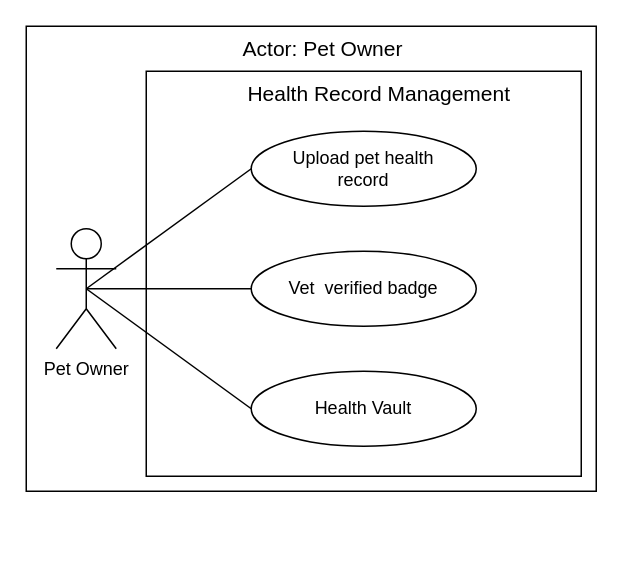
Chels013/Breedr-Diagrams keeps this draw.io diagram as page "Figure 3" (3 of 10) of USE-CASE_Diagram_Franco.drawio. Above is the earlier version. Source tidied: cells renumbered, new cells numbered last; positions are measured from the earlier drawing's top-left corner, leaving out a move shared by most shapes. Both pictures are drawn from the tidied source at 150%, with x=0, y=0 at pixel (26, 26).
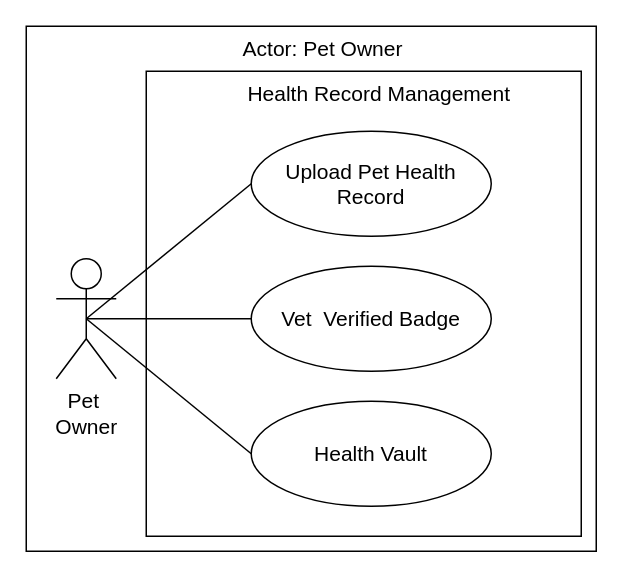
The same page after the edit.

What changed in the source:
```diff
@@
 <mxGraphModel>
   <root>
     <mxCell id="0" />
     <mxCell id="1" parent="0" />
     <mxCell id="2" style="rounded=0;whiteSpace=wrap;html=1;align=center;verticalAlign=middle;fontFamily=Helvetica;fontSize=12;" parent="1" vertex="1">
-      <mxGeometry width="380" height="310" as="geometry" />
+      <mxGeometry width="380" height="350" as="geometry" />
     </mxCell>
     <mxCell id="3" style="rounded=0;whiteSpace=wrap;html=1;align=center;verticalAlign=middle;fontFamily=Helvetica;fontSize=12;fontColor=default;fillColor=none;gradientColor=none;" parent="1" vertex="1">
-      <mxGeometry x="80" y="30" width="290" height="270" as="geometry" />
+      <mxGeometry x="80" y="30" width="290" height="310" as="geometry" />
     </mxCell>
     <mxCell id="4" value="&lt;div&gt;Actor: Pet Owner&lt;/div&gt;" style="text;html=1;align=center;verticalAlign=middle;whiteSpace=wrap;rounded=0;fontFamily=Helvetica;fontSize=14;fontColor=default;" parent="1" vertex="1">
       <mxGeometry x="32.5" width="330" height="30" as="geometry" />
     </mxCell>
     <mxCell id="5" value="&lt;span style=&quot;color: rgb(0, 0, 0);&quot;&gt;Health Record Management&lt;/span&gt;" style="text;html=1;align=center;verticalAlign=middle;whiteSpace=wrap;rounded=0;fontFamily=Helvetica;fontSize=14;fontColor=default;" parent="1" vertex="1">
       <mxGeometry x="107.5" y="30" width="255" height="30" as="geometry" />
     </mxCell>
-    <mxCell id="6" value="Pet Owner" style="shape=umlActor;verticalLabelPosition=bottom;verticalAlign=top;html=1;outlineConnect=0;rounded=0;align=center;fontFamily=Helvetica;fontSize=12;fontColor=default;fillColor=none;gradientColor=none;" parent="1" vertex="1">
-      <mxGeometry x="20" y="135" width="40" height="80" as="geometry" />
+    <mxCell id="6" value="&lt;font style=&quot;font-size: 14px;&quot;&gt;Pet&amp;nbsp;&lt;/font&gt;&lt;div&gt;&lt;font style=&quot;font-size: 14px;&quot;&gt;Owner&lt;/font&gt;&lt;/div&gt;" style="shape=umlActor;verticalLabelPosition=bottom;verticalAlign=top;html=1;outlineConnect=0;rounded=0;align=center;fontFamily=Helvetica;fontSize=12;fontColor=default;fillColor=none;gradientColor=none;" parent="1" vertex="1">
+      <mxGeometry x="20" y="155" width="40" height="80" as="geometry" />
     </mxCell>
-    <mxCell id="7" value="Upload pet health&lt;br&gt;record" style="ellipse;whiteSpace=wrap;html=1;rounded=0;align=center;verticalAlign=middle;fontFamily=Helvetica;fontSize=12;fontColor=default;fillColor=none;gradientColor=none;" parent="1" vertex="1">
-      <mxGeometry x="150" y="70" width="150" height="50" as="geometry" />
+    <mxCell id="7" value="&lt;font style=&quot;font-size: 14px;&quot;&gt;Upload Pet Health&lt;br&gt;Record&lt;/font&gt;" style="ellipse;whiteSpace=wrap;html=1;rounded=0;align=center;verticalAlign=middle;fontFamily=Helvetica;fontSize=12;fontColor=default;fillColor=none;gradientColor=none;" parent="1" vertex="1">
+      <mxGeometry x="150" y="70" width="160" height="70" as="geometry" />
     </mxCell>
-    <mxCell id="8" value="Vet&amp;nbsp; verified badge" style="ellipse;whiteSpace=wrap;html=1;rounded=0;align=center;verticalAlign=middle;fontFamily=Helvetica;fontSize=12;fontColor=default;fillColor=none;gradientColor=none;" parent="1" vertex="1">
-      <mxGeometry x="150" y="150" width="150" height="50" as="geometry" />
+    <mxCell id="8" value="&lt;font style=&quot;font-size: 14px;&quot;&gt;Vet&amp;nbsp; Verified Badge&lt;/font&gt;" style="ellipse;whiteSpace=wrap;html=1;rounded=0;align=center;verticalAlign=middle;fontFamily=Helvetica;fontSize=12;fontColor=default;fillColor=none;gradientColor=none;" parent="1" vertex="1">
+      <mxGeometry x="150" y="160" width="160" height="70" as="geometry" />
     </mxCell>
-    <mxCell id="9" value="Health Vault" style="ellipse;whiteSpace=wrap;html=1;rounded=0;align=center;verticalAlign=middle;fontFamily=Helvetica;fontSize=12;fontColor=default;fillColor=none;gradientColor=none;" parent="1" vertex="1">
-      <mxGeometry x="150" y="230" width="150" height="50" as="geometry" />
+    <mxCell id="9" value="&lt;font style=&quot;font-size: 14px;&quot;&gt;Health Vault&lt;/font&gt;" style="ellipse;whiteSpace=wrap;html=1;rounded=0;align=center;verticalAlign=middle;fontFamily=Helvetica;fontSize=12;fontColor=default;fillColor=none;gradientColor=none;" parent="1" vertex="1">
+      <mxGeometry x="150" y="250" width="160" height="70" as="geometry" />
     </mxCell>
     <mxCell id="10" style="endArrow=none;html=1;fontFamily=Helvetica;fontSize=12;fontColor=default;entryX=0;entryY=0.5;entryDx=0;entryDy=0;exitX=0.5;exitY=0.5;exitDx=0;exitDy=0;exitPerimeter=0;" parent="1" edge="1" source="6" target="7">
       <mxGeometry relative="1" as="geometry" />
     </mxCell>
     <mxCell id="11" style="endArrow=none;html=1;fontFamily=Helvetica;fontSize=12;fontColor=default;entryX=0;entryY=0.5;entryDx=0;entryDy=0;exitX=0.5;exitY=0.5;exitDx=0;exitDy=0;exitPerimeter=0;" parent="1" edge="1" source="6" target="9">
       <mxGeometry relative="1" as="geometry" />
     </mxCell>
     <mxCell id="12" style="endArrow=none;html=1;fontFamily=Helvetica;fontSize=12;fontColor=default;entryX=0;entryY=0.5;entryDx=0;entryDy=0;exitX=0.5;exitY=0.5;exitDx=0;exitDy=0;exitPerimeter=0;" parent="1" edge="1" source="6" target="8">
       <mxGeometry relative="1" as="geometry" />
     </mxCell>
   </root>
 </mxGraphModel>
```
